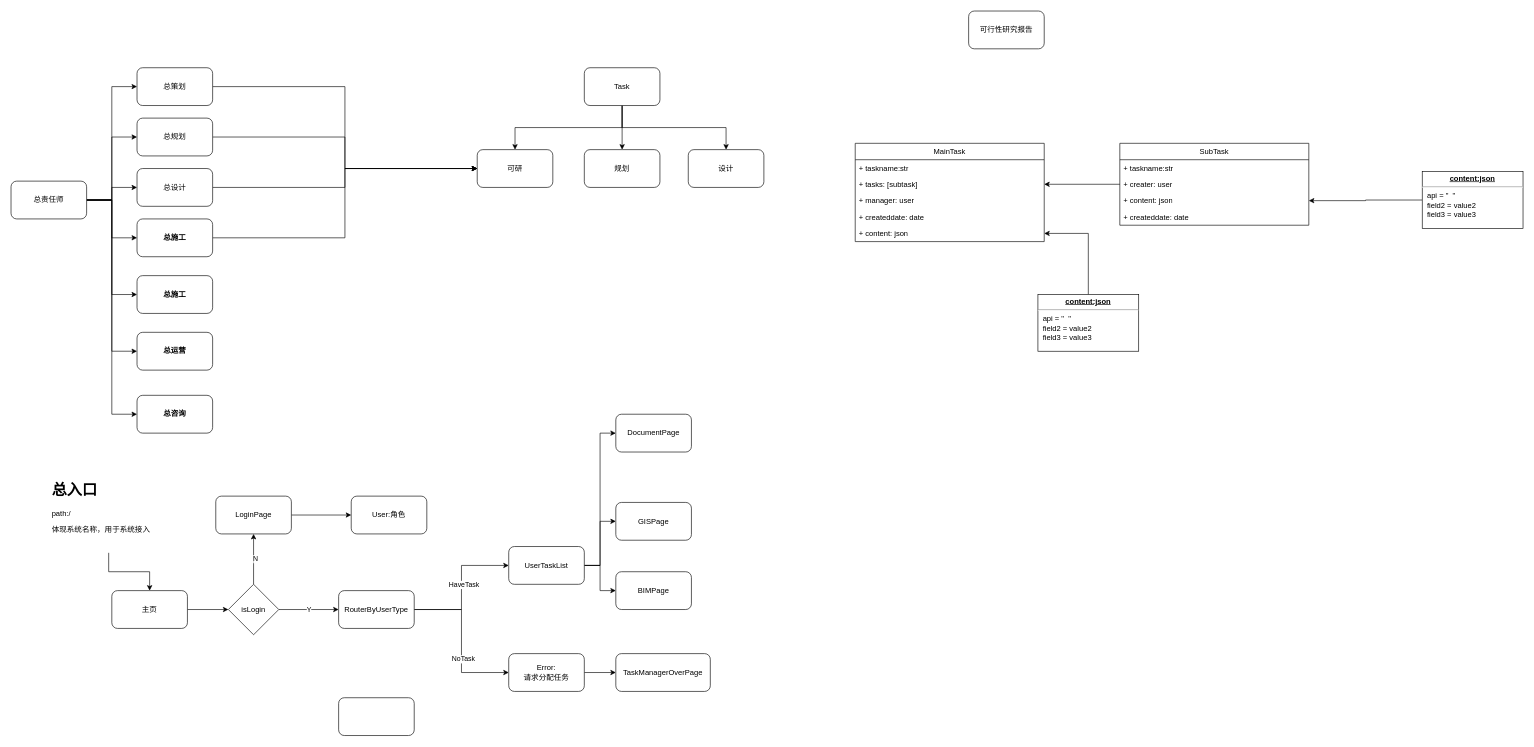
gaochaowyq/MinderGraph keeps this draw.io diagram as 总师系统_UserRelationShape.drawio. Above is the earlier version. Source tidied: cells renumbered, new cells numbered last; positions are measured from the earlier drawing's top-left corner, leaving out a move shared by most shapes. Both pictures are drawn from the tidied source at 63%, with x=0, y=0 at pixel (11, 11).
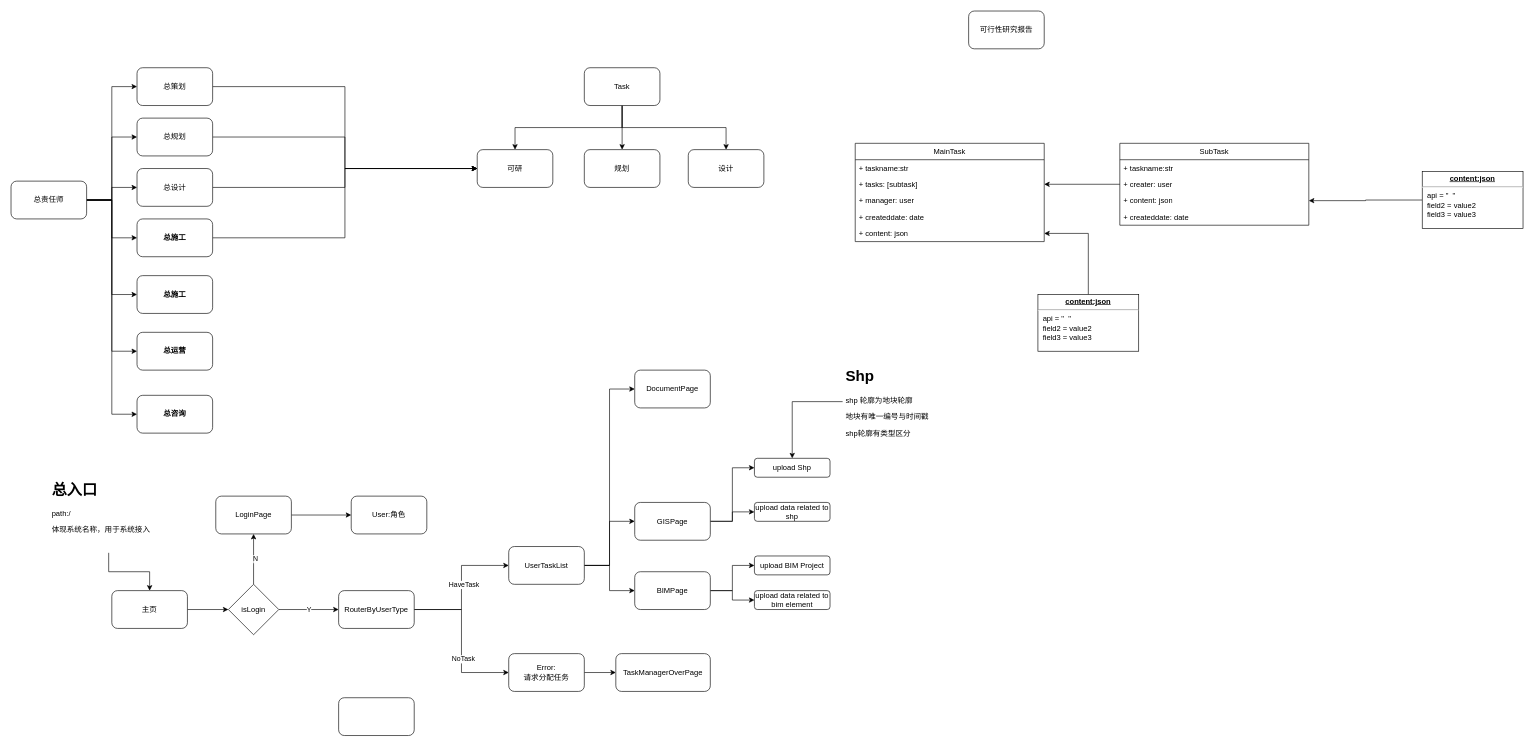
The same page after the edit.

Change to the diagram source:
```diff
@@
+    <mxCell id="72" style="edgeStyle=orthogonalEdgeStyle;rounded=0;jettySize=auto;html=1;entryX=0;entryY=0.5;entryDx=0;entryDy=0;" parent="1" edge="1" source="69" target="80">
+      <mxGeometry relative="1" as="geometry" />
+    </mxCell>
+    <mxCell id="73" style="edgeStyle=orthogonalEdgeStyle;rounded=0;jettySize=auto;html=1;" parent="1" edge="1" source="69" target="81">
+      <mxGeometry relative="1" as="geometry" />
+    </mxCell>
     <mxCell id="69" value="BIMPage" style="rounded=1;whiteSpace=wrap;html=1;" parent="1" vertex="1">
-      <mxGeometry x="960" y="890" width="120" height="60" as="geometry" />
+      <mxGeometry x="990" y="890" width="120" height="60" as="geometry" />
     </mxCell>
+    <mxCell id="74" style="edgeStyle=orthogonalEdgeStyle;rounded=0;jettySize=auto;html=1;entryX=0;entryY=0.5;entryDx=0;entryDy=0;" parent="1" edge="1" source="70" target="76">
+      <mxGeometry relative="1" as="geometry" />
+    </mxCell>
+    <mxCell id="75" style="edgeStyle=orthogonalEdgeStyle;rounded=0;jettySize=auto;html=1;" parent="1" edge="1" source="70" target="79">
+      <mxGeometry relative="1" as="geometry" />
+    </mxCell>
     <mxCell id="70" value="GISPage" style="rounded=1;whiteSpace=wrap;html=1;" parent="1" vertex="1">
-      <mxGeometry x="960" y="780" width="120" height="60" as="geometry" />
+      <mxGeometry x="990" y="780" width="120" height="60" as="geometry" />
     </mxCell>
     <mxCell id="71" value="DocumentPage" style="rounded=1;whiteSpace=wrap;html=1;" parent="1" vertex="1">
-      <mxGeometry x="960" y="640" width="120" height="60" as="geometry" />
+      <mxGeometry x="990" y="570" width="120" height="60" as="geometry" />
     </mxCell>
+    <mxCell id="76" value="upload Shp" style="rounded=1;whiteSpace=wrap;html=1;" parent="1" vertex="1">
+      <mxGeometry x="1180" y="710" width="120" height="30" as="geometry" />
+    </mxCell>
+    <mxCell id="77" style="edgeStyle=orthogonalEdgeStyle;rounded=0;jettySize=auto;html=1;entryX=0.5;entryY=0;entryDx=0;entryDy=0;" parent="1" edge="1" source="78" target="76">
+      <mxGeometry relative="1" as="geometry" />
+    </mxCell>
+    <mxCell id="78" value="&lt;h1&gt;Shp&lt;/h1&gt;&lt;p&gt;shp 轮廓为地块轮廓&lt;/p&gt;&lt;p&gt;地块有唯一编号与时间戳&lt;/p&gt;&lt;p&gt;shp轮廓有类型区分&lt;br&gt;&lt;/p&gt;" style="text;html=1;strokeColor=none;fillColor=none;spacing=5;spacingTop=-20;whiteSpace=wrap;overflow=hidden;rounded=0;" parent="1" vertex="1">
+      <mxGeometry x="1320" y="560" width="190" height="120" as="geometry" />
+    </mxCell>
+    <mxCell id="79" value="upload data related to shp" style="rounded=1;whiteSpace=wrap;html=1;" parent="1" vertex="1">
+      <mxGeometry x="1180" y="780" width="120" height="30" as="geometry" />
+    </mxCell>
+    <mxCell id="80" value="upload BIM Project" style="rounded=1;whiteSpace=wrap;html=1;" parent="1" vertex="1">
+      <mxGeometry x="1180" y="865" width="120" height="30" as="geometry" />
+    </mxCell>
+    <mxCell id="81" value="upload data related to bim element" style="rounded=1;whiteSpace=wrap;html=1;" parent="1" vertex="1">
+      <mxGeometry x="1180" y="920" width="120" height="30" as="geometry" />
+    </mxCell>
```
